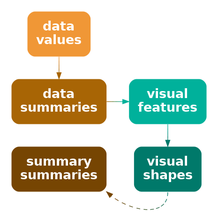
The Graphviz diagram Diagrams/data-stat-vis-shape-stat.png in pmur002/hdvw, before a commit. Its source is kept beside it as Diagrams/data-stat-vis-shape-stat.dot. The source it was exported from:
```dot
digraph {
  graph [ rankdir=LR; margin=.2; nodesep=.5 ];
  node [ fontsize=20; fontname="sans bold"; margin=.2 ];
  data [ label="data\nvalues"; shape=box; style="filled, rounded"; penwidth=0; fontcolor=white; fillcolor="#F09736" ]
  stat [ label="data\nsummaries"; shape=box; style="filled, rounded"; penwidth=0; fontcolor=white; fillcolor="#A86505" ]
  stat2 [ label="summary\nsummaries"; shape=box; style="filled, rounded"; penwidth=0; fontcolor=white; fillcolor="#764502" ]
  vis [ label="visual\nfeatures"; shape=box;
     style="filled, rounded"; penwidth=0; fontcolor=white; fillcolor="#00B19B" ]
  shape [ label="visual\nshapes"; shape=box;
       style="filled, rounded"; penwidth=0; fontcolor=white; fillcolor="#00796A" ]
  data -> stat [ color="#F09736;0.1:#E89131;0.1:#E08C2B;0.1:#D88626;0.1:#D08120;0.1:#C87B1B;0.1:#C07615;0.1:#B87010;0.1:#B06B0A;0.1:#A86505;0.1" ]
  stat -> vis [ color="#A86505;0.1:#956D16;0.1:#837626;0.1:#707E37;0.1:#5D8748;0.1:#4B8F58;0.1:#389869;0.1:#25A07A;0.1:#13A98A;0.1:#00B19B;0.1" ]
  vis -> shape [ color="#00B19B;0.1:#00AB96;0.1:#00A590;0.1:#009E8B;0.1:#009885;0.1:#009280;0.1:#008C7A;0.1:#008575;0.1:#007F6F;0.1:#00796A;0.1" ]
  shape:s -> stat2:se [ style="dashed", color="#00796A;0.1:#0D735E;0.1:#1A6D53;0.1:#276847;0.1:#34623C;0.1:#425C30;0.1:#4F5625;0.1:#5C5119;0.1:#694B0E;0.1:#764502;0.1" ]
{ rank=same; data, stat }
{ rank=same; data, stat2 }
{ rank=same; vis, shape }
}
```
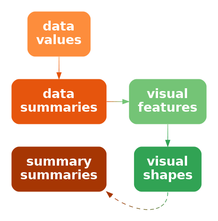
The same file after the commit.

What changed in the source:
```diff
@@ -1,17 +1,17 @@
 digraph {
   graph [ rankdir=LR; margin=.2; nodesep=.5 ];
   node [ fontsize=20; fontname="sans bold"; margin=.2 ];
-  data [ label="data\nvalues"; shape=box; style="filled, rounded"; penwidth=0; fontcolor=white; fillcolor="#F09736" ]
-  stat [ label="data\nsummaries"; shape=box; style="filled, rounded"; penwidth=0; fontcolor=white; fillcolor="#A86505" ]
-  stat2 [ label="summary\nsummaries"; shape=box; style="filled, rounded"; penwidth=0; fontcolor=white; fillcolor="#764502" ]
+  data [ label="data\nvalues"; shape=box; style="filled, rounded"; penwidth=0; fontcolor=white; fillcolor="#FD8D3C" ]
+  stat [ label="data\nsummaries"; shape=box; style="filled, rounded"; penwidth=0; fontcolor=white; fillcolor="#E6550D" ]
+  stat2 [ label="summary\nsummaries"; shape=box; style="filled, rounded"; penwidth=0; fontcolor=white; fillcolor="#A63603" ]
   vis [ label="visual\nfeatures"; shape=box;
-     style="filled, rounded"; penwidth=0; fontcolor=white; fillcolor="#00B19B" ]
+     style="filled, rounded"; penwidth=0; fontcolor=white; fillcolor="#74C476" ]
   shape [ label="visual\nshapes"; shape=box;
-       style="filled, rounded"; penwidth=0; fontcolor=white; fillcolor="#00796A" ]
-  data -> stat [ color="#F09736;0.1:#E89131;0.1:#E08C2B;0.1:#D88626;0.1:#D08120;0.1:#C87B1B;0.1:#C07615;0.1:#B87010;0.1:#B06B0A;0.1:#A86505;0.1" ]
-  stat -> vis [ color="#A86505;0.1:#956D16;0.1:#837626;0.1:#707E37;0.1:#5D8748;0.1:#4B8F58;0.1:#389869;0.1:#25A07A;0.1:#13A98A;0.1:#00B19B;0.1" ]
-  vis -> shape [ color="#00B19B;0.1:#00AB96;0.1:#00A590;0.1:#009E8B;0.1:#009885;0.1:#009280;0.1:#008C7A;0.1:#008575;0.1:#007F6F;0.1:#00796A;0.1" ]
-  shape:s -> stat2:se [ style="dashed", color="#00796A;0.1:#0D735E;0.1:#1A6D53;0.1:#276847;0.1:#34623C;0.1:#425C30;0.1:#4F5625;0.1:#5C5119;0.1:#694B0E;0.1:#764502;0.1" ]
+       style="filled, rounded"; penwidth=0; fontcolor=white; fillcolor="#31A354" ]
+  data -> stat [ color="#FD8D3C;0.1:#FA8737;0.1:#F88132;0.1:#F57A2C;0.1:#F37427;0.1:#F06E22;0.1:#EE681D;0.1:#EB6117;0.1:#E95B12;0.1:#E6550D;0.1" ]
+  stat -> vis [ color="#E6550D;0.1:#D96119;0.1:#CD6E24;0.1:#C07A30;0.1:#B3863C;0.1:#A79347;0.1:#9A9F53;0.1:#8DAB5F;0.1:#81B86A;0.1:#74C476;0.1" ]
+  vis -> shape [ color="#74C476;0.1:#6DC072;0.1:#65BD6E;0.1:#5EB96B;0.1:#56B567;0.1:#4FB263;0.1:#47AE5F;0.1:#40AA5C;0.1:#38A758;0.1:#31A354;0.1" ]
+  shape:s -> stat2:se [ style="dashed", color="#31A354;0.1:#3E974B;0.1:#4B8B42;0.1:#587F39;0.1:#657330;0.1:#726627;0.1:#7F5A1E;0.1:#8C4E15;0.1:#99420C;0.1:#A63603;0.1" ]
 { rank=same; data, stat }
 { rank=same; data, stat2 }
 { rank=same; vis, shape }
```
